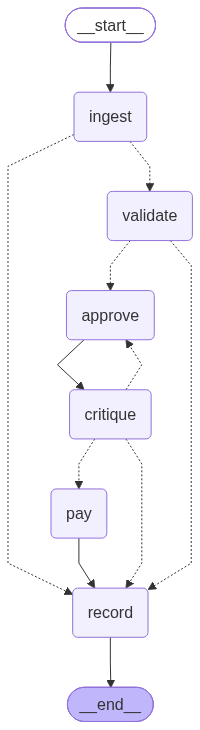
fangslayyer/galatiq-case-invoices keeps this Mermaid diagram as docs/graph.png. Above is the earlier version. Its source is kept beside it as docs/graph.mmd.
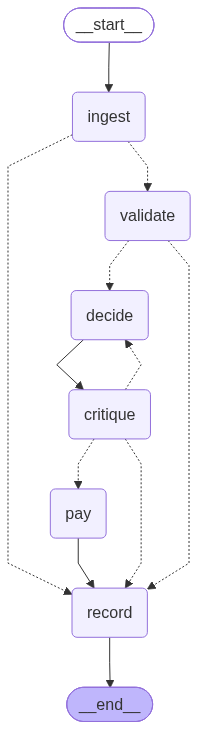
The same file after the commit.

Commit message:
refactor: "approve" node renamed to "decide" for clarity

The edit, as a diff of the source:
```diff
@@ -7,20 +7,20 @@
 	__start__([<p>__start__</p>]):::first
 	ingest(ingest)
 	validate(validate)
-	approve(approve)
+	decide(decide)
 	critique(critique)
 	pay(pay)
 	record(record)
 	__end__([<p>__end__</p>]):::last
 	__start__ --> ingest;
-	approve --> critique;
-	critique -.-> approve;
+	critique -.-> decide;
 	critique -.-> pay;
 	critique -.-> record;
+	decide --> critique;
 	ingest -.-> record;
 	ingest -.-> validate;
 	pay --> record;
-	validate -.-> approve;
+	validate -.-> decide;
 	validate -.-> record;
 	record --> __end__;
 	classDef default fill:#f2f0ff,line-height:1.2
```
